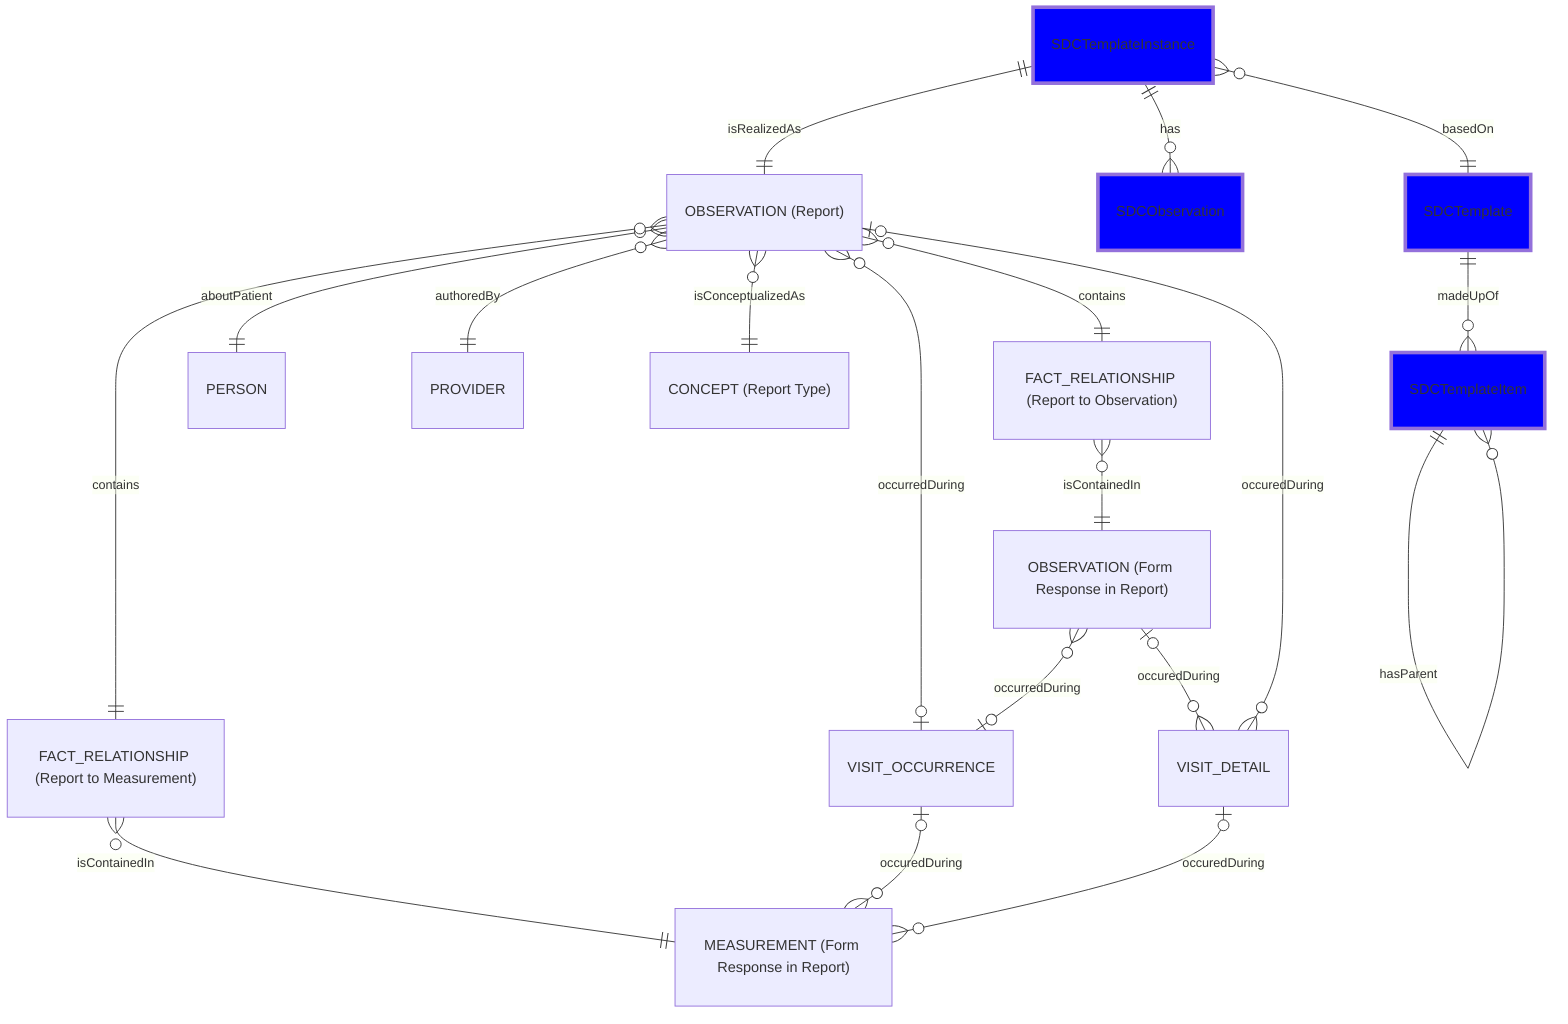
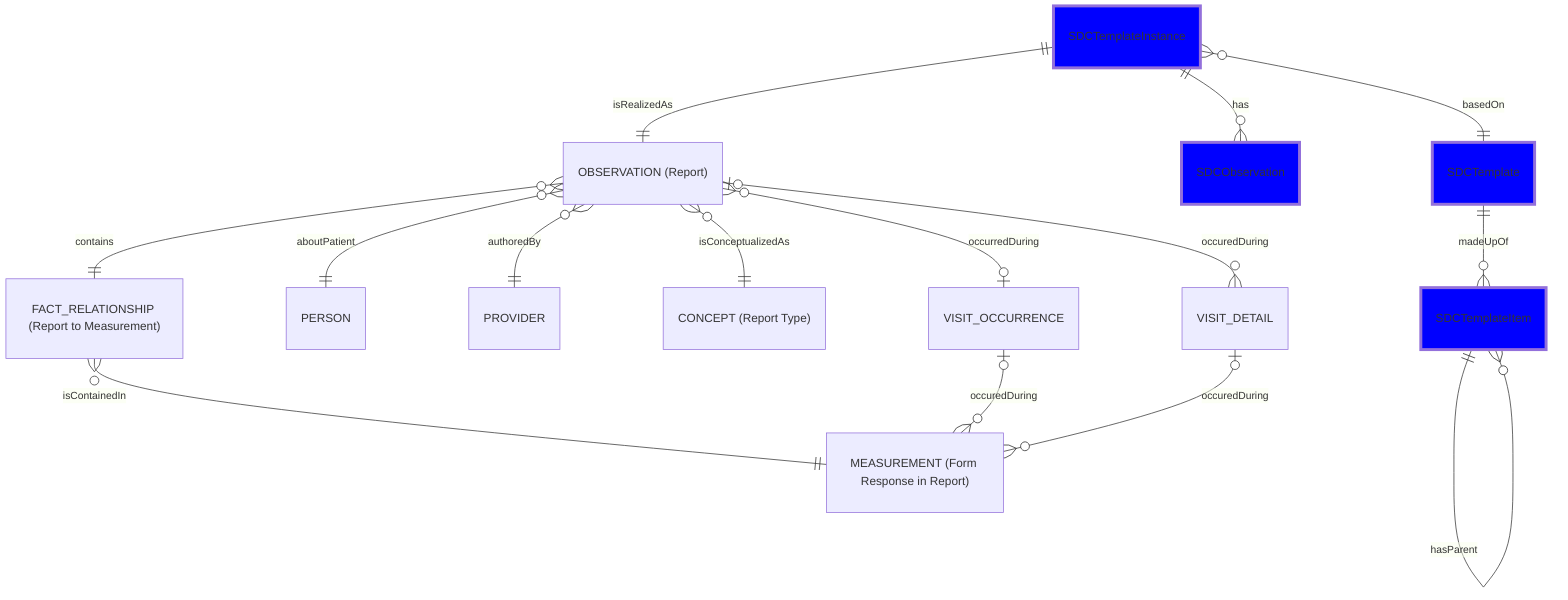
erDiagram

classDef SDC fill:blue,stroke:#grey,stroke-width:4px

SDCTemplate:::SDC
SDCTemplateItem:::SDC
SDCTemplateInstance:::SDC
SDCObservation:::SDC

SDCTemplate ||--o{ SDCTemplateItem : madeUpOf
SDCTemplateInstance }o--|| SDCTemplate : basedOn
SDCTemplateItem ||--o{ SDCTemplateItem : hasParent
SDCTemplateInstance ||--o{ SDCObservation : has

OBSERVATION ["OBSERVATION (Report)"]
- OBSERVATION_OTHER ["OBSERVATION (Form Response in Report)"]
+ %% OBSERVATION_OTHER ["OBSERVATION (Form Response in Report)"]
MEASUREMENT ["MEASUREMENT (Form Response in Report)"]
PERSON
PROVIDER
CONCEPT ["CONCEPT (Report Type)"]
- FACT_RELATIONSHIP_OBS ["FACT_RELATIONSHIP (Report to Observation)"]
+ %% FACT_RELATIONSHIP_OBS ["FACT_RELATIONSHIP (Report to Observation)"]
FACT_RELATIONSHIP_MEAS ["FACT_RELATIONSHIP (Report to Measurement)"]
VISIT_OCCURRENCE
VISIT_DETAIL
SDCTemplateInstance

OBSERVATION }o--|| PERSON : aboutPatient
OBSERVATION }o--|| PROVIDER : authoredBy
OBSERVATION }o--o| VISIT_OCCURRENCE : occurredDuring
- OBSERVATION_OTHER }o--o| VISIT_OCCURRENCE : occurredDuring
- OBSERVATION_OTHER |o--o{  VISIT_DETAIL : occuredDuring
+ %% OBSERVATION_OTHER }o--o| VISIT_OCCURRENCE : occurredDuring
+ %% OBSERVATION_OTHER |o--o{  VISIT_DETAIL : occuredDuring
OBSERVATION|o--o{  VISIT_DETAIL : occuredDuring
FACT_RELATIONSHIP_MEAS }o--|| MEASUREMENT : "isContainedIn"
- FACT_RELATIONSHIP_OBS }o--|| OBSERVATION_OTHER : "isContainedIn"
+ %% FACT_RELATIONSHIP_OBS }o--|| OBSERVATION_OTHER : "isContainedIn"
VISIT_OCCURRENCE |o--o{  MEASUREMENT : occuredDuring
VISIT_DETAIL |o--o{  MEASUREMENT : occuredDuring
OBSERVATION }o--|| CONCEPT : "isConceptualizedAs"
- OBSERVATION }o--|| FACT_RELATIONSHIP_OBS : "contains"
+ %% OBSERVATION }o--|| FACT_RELATIONSHIP_OBS : "contains"
OBSERVATION }o--|| FACT_RELATIONSHIP_MEAS : "contains"
SDCTemplateInstance ||--|| OBSERVATION : "isRealizedAs"

